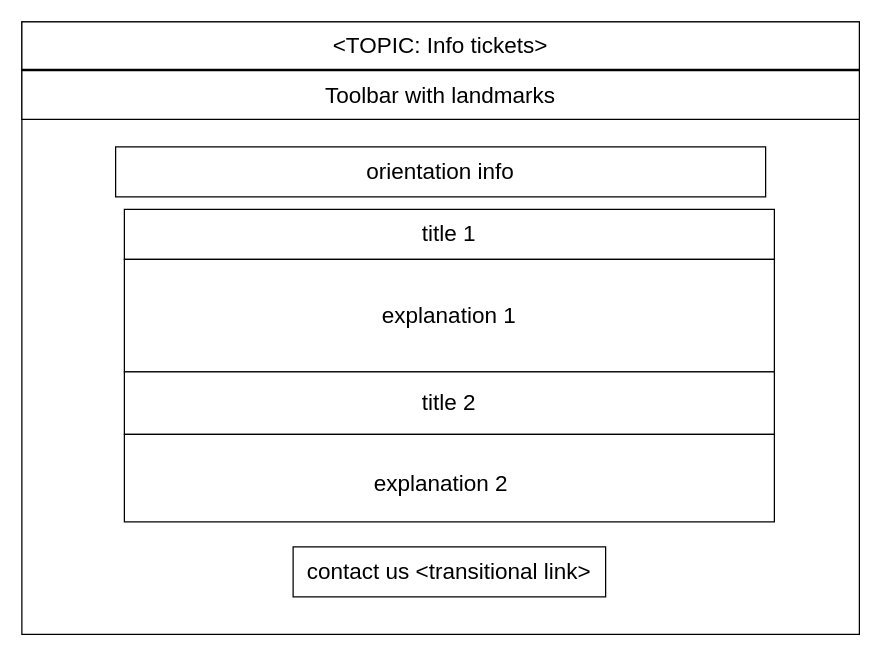
LeonardoPanizzo/hypermedia2019 keeps this draw.io diagram as other/documentation/frontend/DRAW IO desing/info tickets.drawio. Above is the earlier version. Source tidied: cells renumbered, new cells numbered last; positions are measured from the earlier drawing's top-left corner, leaving out a move shared by most shapes. Both pictures are drawn from the tidied source at 125%, with x=0, y=0 at pixel (21, 21).
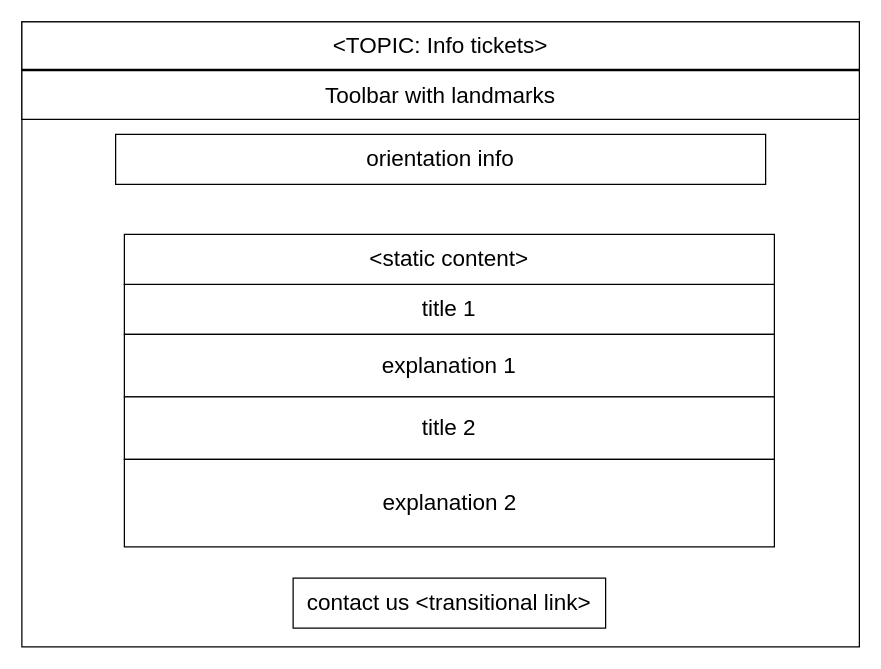
The same diagram, later.

What changed in the source:
```diff
@@
 <mxGraphModel>
   <root>
     <mxCell id="0" />
     <mxCell id="1" parent="0" />
     <mxCell id="2" style="rounded=0;whiteSpace=wrap;html=1;" parent="1" vertex="1">
-      <mxGeometry width="670" height="490" as="geometry" />
+      <mxGeometry width="670" height="500" as="geometry" />
     </mxCell>
     <mxCell id="3" value="&lt;div style=&quot;text-align: left ; font-size: 18px&quot;&gt;&lt;span&gt;&amp;lt;TOPIC: Info tickets&amp;gt;&lt;/span&gt;&lt;br&gt;&lt;/div&gt;" style="rounded=0;whiteSpace=wrap;html=1;fontSize=18;" parent="1" vertex="1">
       <mxGeometry width="670" height="38" as="geometry" />
     </mxCell>
     <mxCell id="4" value="Toolbar with landmarks" style="rounded=0;whiteSpace=wrap;html=1;fontSize=18;" parent="1" vertex="1">
       <mxGeometry y="39" width="670" height="39" as="geometry" />
     </mxCell>
     <mxCell id="5" value="title 1" style="rounded=0;whiteSpace=wrap;html=1;fontSize=18;" parent="1" vertex="1">
-      <mxGeometry x="82" y="150" width="520" height="40" as="geometry" />
+      <mxGeometry x="82" y="210" width="520" height="40" as="geometry" />
     </mxCell>
     <mxCell id="6" value="explanation 1" style="rounded=0;whiteSpace=wrap;html=1;fontSize=18;" parent="1" vertex="1">
-      <mxGeometry x="82" y="190" width="520" height="90" as="geometry" />
+      <mxGeometry x="82" y="250" width="520" height="50" as="geometry" />
     </mxCell>
     <mxCell id="7" value="title 2" style="rounded=0;whiteSpace=wrap;html=1;fontSize=18;" parent="1" vertex="1">
-      <mxGeometry x="82" y="280" width="520" height="50" as="geometry" />
+      <mxGeometry x="82" y="300" width="520" height="50" as="geometry" />
     </mxCell>
     <mxCell id="8" style="rounded=0;whiteSpace=wrap;html=1;fontSize=18;" parent="1" vertex="1">
-      <mxGeometry x="82" y="330" width="520" height="70" as="geometry" />
+      <mxGeometry x="82" y="350" width="520" height="70" as="geometry" />
     </mxCell>
     <mxCell id="9" value="&lt;font style=&quot;font-size: 18px&quot;&gt;explanation 2&lt;/font&gt;" style="text;html=1;strokeColor=none;fillColor=none;align=center;verticalAlign=middle;whiteSpace=wrap;rounded=0;" parent="1" vertex="1">
-      <mxGeometry x="267" y="360" width="137" height="20" as="geometry" />
+      <mxGeometry x="273.5" y="375" width="137" height="20" as="geometry" />
     </mxCell>
     <mxCell id="10" value="orientation info" style="rounded=0;whiteSpace=wrap;html=1;fontSize=18;" parent="1" vertex="1">
-      <mxGeometry x="75" y="100" width="520" height="40" as="geometry" />
+      <mxGeometry x="75" y="90" width="520" height="40" as="geometry" />
     </mxCell>
     <mxCell id="11" value="&lt;font style=&quot;font-size: 18px&quot;&gt;contact us &amp;lt;transitional link&amp;gt;&lt;/font&gt;" style="text;html=1;strokeColor=#000000;fillColor=none;align=center;verticalAlign=middle;whiteSpace=wrap;rounded=0;" parent="1" vertex="1">
-      <mxGeometry x="217" y="420" width="250" height="40" as="geometry" />
+      <mxGeometry x="217" y="445" width="250" height="40" as="geometry" />
     </mxCell>
+    <mxCell id="12" value="&amp;lt;static content&amp;gt;" style="rounded=0;whiteSpace=wrap;html=1;fontSize=18;" parent="1" vertex="1">
+      <mxGeometry x="82" y="170" width="520" height="40" as="geometry" />
+    </mxCell>
   </root>
 </mxGraphModel>
```
